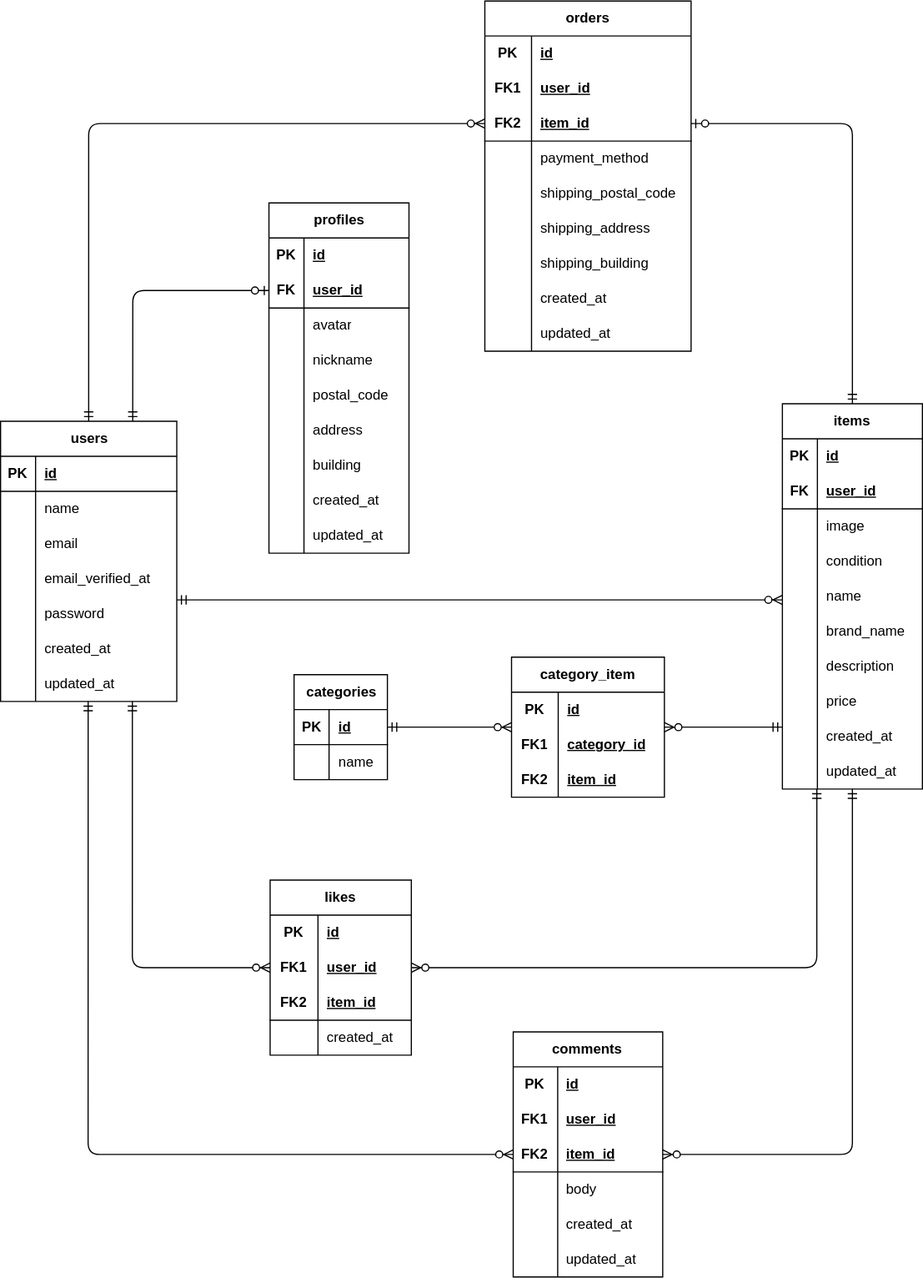
Above: database-design.drawio.svg in sangwon-lee302/flea-market (draw.io), before the change. Source tidied: cells renumbered, new cells last; positions are measured from the earlier drawing's top-left corner, leaving out a move shared by most shapes.
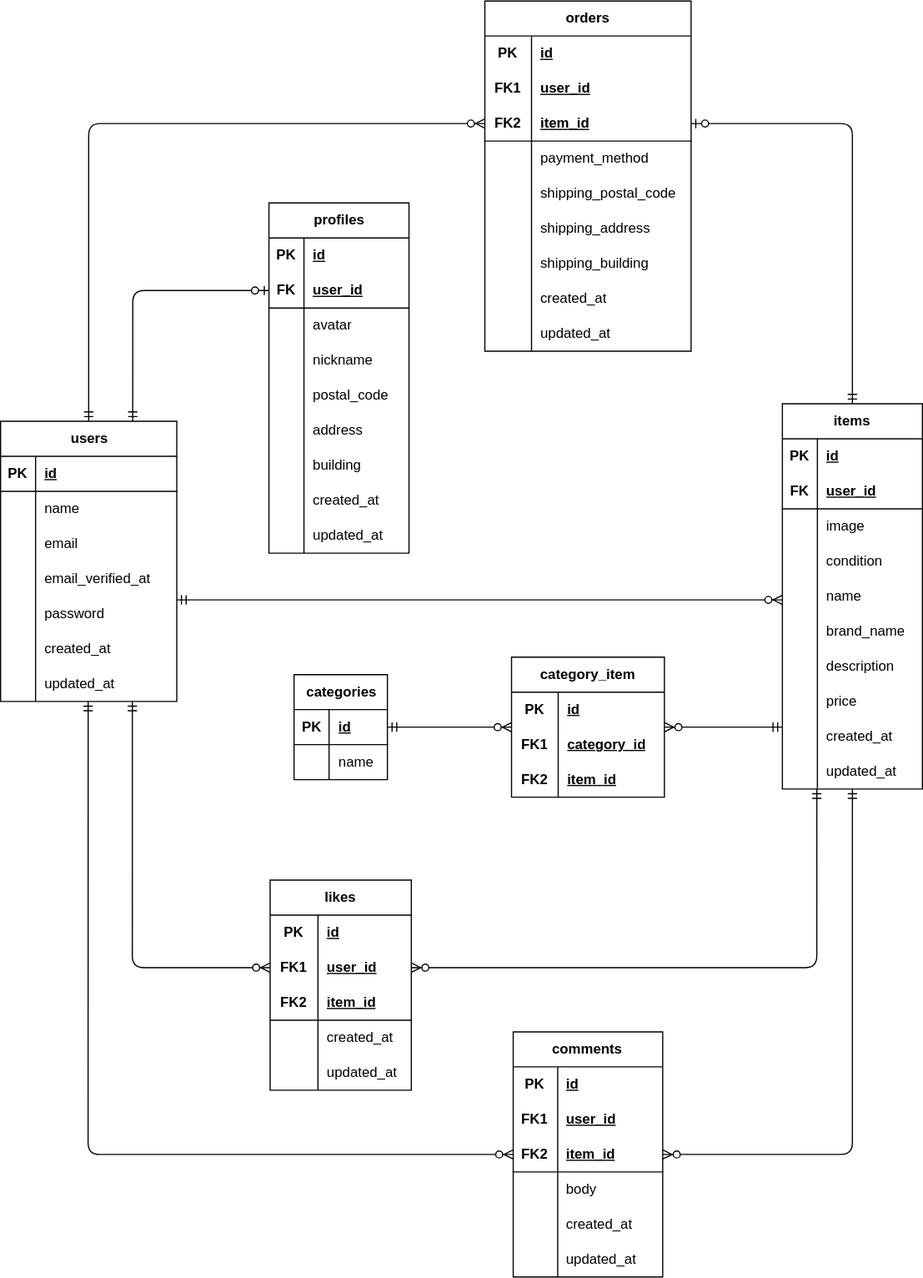
Later version of the same file.

What changed in the source:
```diff
@@ -213,7 +213,7 @@
       <mxGeometry x="40" width="91" height="30" as="geometry" />
     </mxCell>
     <mxCell id="72" value="likes" style="shape=table;startSize=30;rowLines=0;fontStyle=1;align=center;html=1;whiteSpace=wrap;" parent="1" vertex="1">
-      <mxGeometry x="231" y="753" width="121" height="150" as="geometry" />
+      <mxGeometry x="231" y="753" width="121" height="180" as="geometry" />
     </mxCell>
     <mxCell id="73" style="shape=tableRow;horizontal=0;startSize=0;swimlaneHead=0;swimlaneBody=0;fillColor=none;top=0;left=0;right=0;bottom=0;html=1;" parent="72" vertex="1">
       <mxGeometry y="30" width="121" height="30" as="geometry" />
@@ -251,6 +251,15 @@
     <mxCell id="84" value="created_at" style="shape=partialRectangle;fillColor=none;top=0;left=0;bottom=0;right=0;align=left;spacingLeft=6;overflow=hidden;html=1;whiteSpace=wrap;" parent="82" vertex="1">
       <mxGeometry x="41" width="80" height="30" as="geometry" />
     </mxCell>
+    <mxCell id="170" style="shape=tableRow;horizontal=0;startSize=0;swimlaneHead=0;swimlaneBody=0;fillColor=none;top=0;left=0;right=0;bottom=0;html=1;" parent="72" vertex="1">
+      <mxGeometry y="150" width="121" height="30" as="geometry" />
+    </mxCell>
+    <mxCell id="171" style="shape=partialRectangle;fillColor=none;top=0;left=0;bottom=0;right=0;overflow=hidden;html=1;whiteSpace=wrap;" parent="170" vertex="1">
+      <mxGeometry width="41" height="30" as="geometry" />
+    </mxCell>
+    <mxCell id="172" value="updated_at" style="shape=partialRectangle;fillColor=none;top=0;left=0;bottom=0;right=0;align=left;spacingLeft=6;overflow=hidden;html=1;whiteSpace=wrap;" parent="170" vertex="1">
+      <mxGeometry x="41" width="80" height="30" as="geometry" />
+    </mxCell>
     <mxCell id="85" style="edgeStyle=orthogonalEdgeStyle;fontSize=12;html=1;endArrow=ERzeroToMany;startArrow=ERmandOne;entryX=0;entryY=0.5;entryDx=0;entryDy=0;exitX=0.748;exitY=1;exitDx=0;exitDy=0;exitPerimeter=0;" parent="1" edge="1" source="21" target="76">
       <mxGeometry relative="1" as="geometry" />
     </mxCell>
```
